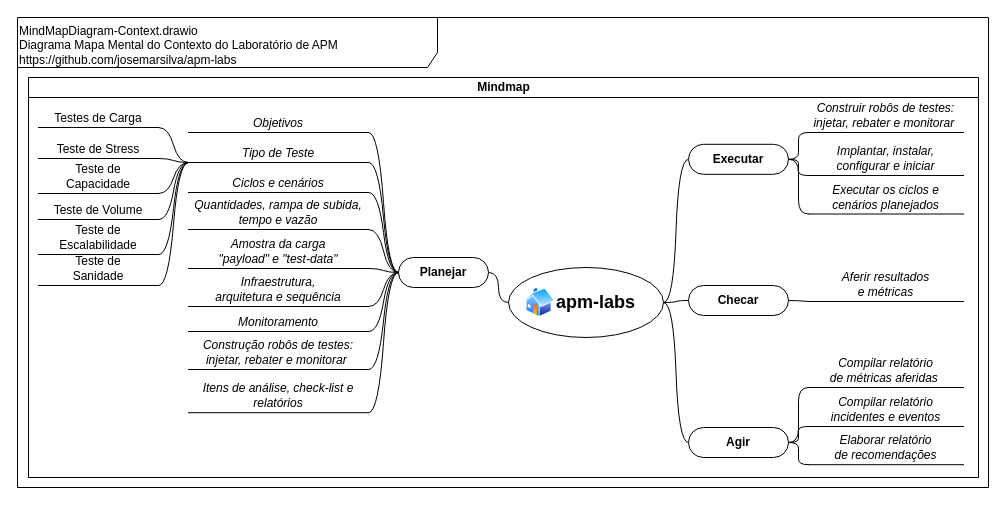
This is doc/MindMapDiagram-Context.drawio from josemarsilva/apm-labs, a draw.io file, before an edit. Source tidied: cells renumbered, new cells numbered last; positions are measured from the earlier drawing's top-left corner, leaving out a move shared by most shapes. Both pictures are drawn from the tidied source at 100%, with x=0, y=0 at pixel (17, 17).
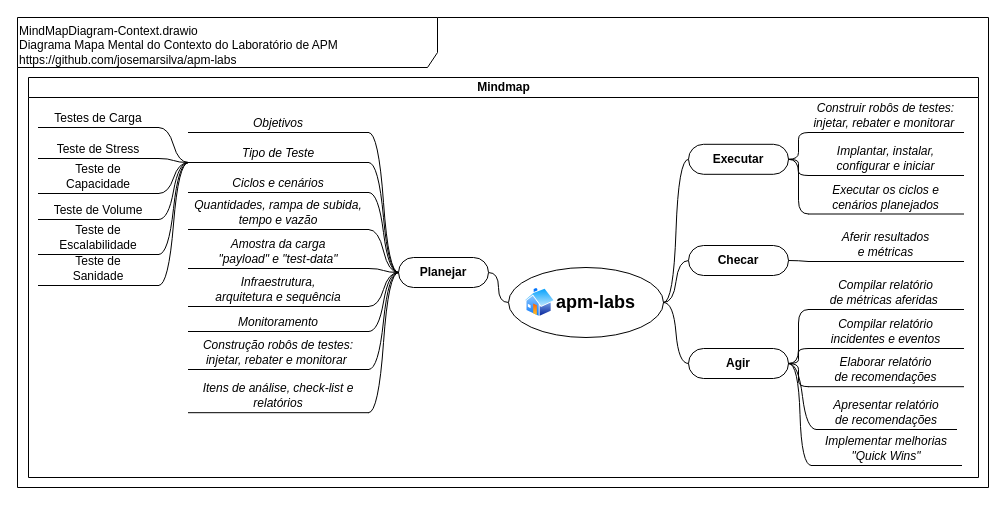
After the change.

The edit, as a diff of the source:
```diff
@@
     <mxCell id="14" value="Checar" style="whiteSpace=wrap;html=1;rounded=1;arcSize=50;align=center;verticalAlign=middle;strokeWidth=1;spacing=4;newEdgeStyle={&quot;edgeStyle&quot;:&quot;entityRelationEdgeStyle&quot;,&quot;startArrow&quot;:&quot;none&quot;,&quot;endArrow&quot;:&quot;none&quot;,&quot;segment&quot;:10,&quot;curved&quot;:1};fontStyle=1;" parent="1" vertex="1">
-      <mxGeometry x="671" y="268" width="100" height="30" as="geometry" />
+      <mxGeometry x="671" y="228" width="100" height="30" as="geometry" />
     </mxCell>
     <mxCell id="15" value="Agir" style="whiteSpace=wrap;html=1;rounded=1;arcSize=50;align=center;verticalAlign=middle;strokeWidth=1;spacing=4;newEdgeStyle={&quot;edgeStyle&quot;:&quot;entityRelationEdgeStyle&quot;,&quot;startArrow&quot;:&quot;none&quot;,&quot;endArrow&quot;:&quot;none&quot;,&quot;segment&quot;:10,&quot;curved&quot;:1};fontStyle=1;" parent="1" vertex="1">
-      <mxGeometry x="671" y="410" width="100" height="30" as="geometry" />
+      <mxGeometry x="671" y="331" width="100" height="30" as="geometry" />
     </mxCell>
@@
     <mxCell id="44" value="Compilar relatório &lt;br&gt;de métricas aferidas&amp;nbsp;" style="whiteSpace=wrap;html=1;shape=partialRectangle;top=0;left=0;bottom=1;right=0;points=[[0,1],[1,1]];fillColor=none;align=center;verticalAlign=bottom;routingCenterY=0.5;snapToPoint=1;newEdgeStyle={&quot;edgeStyle&quot;:&quot;entityRelationEdgeStyle&quot;,&quot;startArrow&quot;:&quot;none&quot;,&quot;endArrow&quot;:&quot;none&quot;,&quot;segment&quot;:10,&quot;curved&quot;:1};fontStyle=2;" parent="1" vertex="1">
-      <mxGeometry x="791" y="340" width="155" height="30" as="geometry" />
+      <mxGeometry x="791" y="262" width="155" height="30" as="geometry" />
     </mxCell>
@@
     <mxCell id="47" value="Elaborar relatório&lt;br&gt;de recomendações" style="whiteSpace=wrap;html=1;shape=partialRectangle;top=0;left=0;bottom=1;right=0;points=[[0,1],[1,1]];fillColor=none;align=center;verticalAlign=bottom;routingCenterY=0.5;snapToPoint=1;newEdgeStyle={&quot;edgeStyle&quot;:&quot;entityRelationEdgeStyle&quot;,&quot;startArrow&quot;:&quot;none&quot;,&quot;endArrow&quot;:&quot;none&quot;,&quot;segment&quot;:10,&quot;curved&quot;:1};fontStyle=2;" parent="1" vertex="1">
-      <mxGeometry x="791" y="417.2" width="155" height="30" as="geometry" />
+      <mxGeometry x="791" y="339.2" width="155" height="30" as="geometry" />
     </mxCell>
     <mxCell id="48" value="Compilar relatório &lt;br&gt;incidentes e eventos" style="whiteSpace=wrap;html=1;shape=partialRectangle;top=0;left=0;bottom=1;right=0;points=[[0,1],[1,1]];fillColor=none;align=center;verticalAlign=bottom;routingCenterY=0.5;snapToPoint=1;newEdgeStyle={&quot;edgeStyle&quot;:&quot;entityRelationEdgeStyle&quot;,&quot;startArrow&quot;:&quot;none&quot;,&quot;endArrow&quot;:&quot;none&quot;,&quot;segment&quot;:10,&quot;curved&quot;:1};fontStyle=2;" parent="1" vertex="1">
-      <mxGeometry x="791" y="379" width="155" height="30" as="geometry" />
+      <mxGeometry x="791" y="301" width="155" height="30" as="geometry" />
     </mxCell>
@@
     <mxCell id="50" value="Aferir resultados &lt;br&gt;e métricas" style="whiteSpace=wrap;html=1;shape=partialRectangle;top=0;left=0;bottom=1;right=0;points=[[0,1],[1,1]];fillColor=none;align=center;verticalAlign=bottom;routingCenterY=0.5;snapToPoint=1;newEdgeStyle={&quot;edgeStyle&quot;:&quot;entityRelationEdgeStyle&quot;,&quot;startArrow&quot;:&quot;none&quot;,&quot;endArrow&quot;:&quot;none&quot;,&quot;segment&quot;:10,&quot;curved&quot;:1};fontStyle=2;" parent="1" vertex="1">
-      <mxGeometry x="791" y="254" width="155" height="30" as="geometry" />
+      <mxGeometry x="791" y="214" width="155" height="30" as="geometry" />
     </mxCell>
@@
+    <mxCell id="58" value="Apresentar relatório&lt;br&gt;de recomendações" style="whiteSpace=wrap;html=1;shape=partialRectangle;top=0;left=0;bottom=1;right=0;points=[[0,1],[1,1]];fillColor=none;align=center;verticalAlign=bottom;routingCenterY=0.5;snapToPoint=1;newEdgeStyle={&quot;edgeStyle&quot;:&quot;entityRelationEdgeStyle&quot;,&quot;startArrow&quot;:&quot;none&quot;,&quot;endArrow&quot;:&quot;none&quot;,&quot;segment&quot;:10,&quot;curved&quot;:1};fontStyle=2;" parent="1" vertex="1">
+      <mxGeometry x="799" y="382" width="140" height="30" as="geometry" />
+    </mxCell>
+    <mxCell id="59" style="edgeStyle=entityRelationEdgeStyle;startArrow=none;endArrow=none;segment=10;curved=1;entryX=0;entryY=1;entryDx=0;entryDy=0;exitX=1;exitY=0.5;exitDx=0;exitDy=0;" parent="1" edge="1" source="15" target="58">
+      <mxGeometry relative="1" as="geometry" />
+    </mxCell>
+    <mxCell id="60" value="Implementar melhorias&lt;br&gt;&quot;Quick Wins&quot;" style="whiteSpace=wrap;html=1;shape=partialRectangle;top=0;left=0;bottom=1;right=0;points=[[0,1],[1,1]];fillColor=none;align=center;verticalAlign=bottom;routingCenterY=0.5;snapToPoint=1;newEdgeStyle={&quot;edgeStyle&quot;:&quot;entityRelationEdgeStyle&quot;,&quot;startArrow&quot;:&quot;none&quot;,&quot;endArrow&quot;:&quot;none&quot;,&quot;segment&quot;:10,&quot;curved&quot;:1};fontStyle=2;" parent="1" vertex="1">
+      <mxGeometry x="794" y="418" width="150" height="30" as="geometry" />
+    </mxCell>
+    <mxCell id="61" style="edgeStyle=entityRelationEdgeStyle;startArrow=none;endArrow=none;segment=10;curved=1;entryX=0;entryY=1;entryDx=0;entryDy=0;exitX=1;exitY=0.5;exitDx=0;exitDy=0;" parent="1" edge="1" source="15" target="60">
+      <mxGeometry relative="1" as="geometry" />
+    </mxCell>
```
